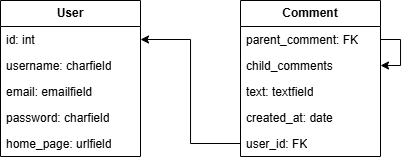
Earlier version of the draw.io export assets/massages.drawio.png (MarkRBro69/massage_test). Source tidied: cells renumbered, new cells last; positions are measured from the earlier drawing's top-left corner, leaving out a move shared by most shapes. Its diagram source:
```xml
<mxGraphModel>
  <root>
    <mxCell id="0" />
    <mxCell id="1" parent="0" />
    <mxCell id="2" value="&lt;span style=&quot;font-weight: 700;&quot;&gt;User&lt;/span&gt;" style="swimlane;fontStyle=0;horizontal=1;startSize=26;fillColor=none;whiteSpace=wrap;html=1;labelBackgroundColor=none;" parent="1" vertex="1">
      <mxGeometry width="140" height="156" as="geometry" />
    </mxCell>
    <mxCell id="3" value="id: int" style="text;strokeColor=none;fillColor=none;align=left;verticalAlign=top;spacingLeft=4;spacingRight=4;overflow=hidden;points=[[0,0.5],[1,0.5]];portConstraint=eastwest;whiteSpace=wrap;html=1;labelBackgroundColor=none;" parent="2" vertex="1">
      <mxGeometry y="26" width="140" height="26" as="geometry" />
    </mxCell>
    <mxCell id="4" value="username: charfield" style="text;strokeColor=none;fillColor=none;align=left;verticalAlign=top;spacingLeft=4;spacingRight=4;overflow=hidden;whiteSpace=wrap;html=1;labelBackgroundColor=none;" parent="2" vertex="1">
      <mxGeometry y="52" width="140" height="26" as="geometry" />
    </mxCell>
    <mxCell id="5" value="email: emailfield" style="text;strokeColor=none;fillColor=none;align=left;verticalAlign=top;spacingLeft=4;spacingRight=4;overflow=hidden;whiteSpace=wrap;html=1;labelBackgroundColor=none;" parent="2" vertex="1">
      <mxGeometry y="78" width="140" height="26" as="geometry" />
    </mxCell>
    <mxCell id="6" value="password: charfield" style="text;strokeColor=none;fillColor=none;align=left;verticalAlign=top;spacingLeft=4;spacingRight=4;overflow=hidden;whiteSpace=wrap;html=1;labelBackgroundColor=none;" parent="2" vertex="1">
      <mxGeometry y="104" width="140" height="26" as="geometry" />
    </mxCell>
    <mxCell id="7" value="home_page: urlfield" style="text;strokeColor=none;fillColor=none;align=left;verticalAlign=top;spacingLeft=4;spacingRight=4;overflow=hidden;whiteSpace=wrap;html=1;labelBackgroundColor=none;" parent="2" vertex="1">
      <mxGeometry y="130" width="140" height="26" as="geometry" />
    </mxCell>
    <mxCell id="8" value="&lt;b&gt;Comment&lt;/b&gt;" style="swimlane;fontStyle=0;horizontal=1;startSize=26;fillColor=none;whiteSpace=wrap;html=1;labelBackgroundColor=none;" parent="1" vertex="1">
      <mxGeometry x="240" width="140" height="156" as="geometry" />
    </mxCell>
    <mxCell id="9" style="edgeStyle=orthogonalEdgeStyle;rounded=0;jettySize=auto;html=1;exitX=1;exitY=0.5;exitDx=0;exitDy=0;entryX=1;entryY=0.5;entryDx=0;entryDy=0;" parent="8" edge="1" source="10" target="11">
      <mxGeometry relative="1" as="geometry">
        <Array as="points">
          <mxPoint x="160" y="39" />
          <mxPoint x="160" y="65" />
        </Array>
      </mxGeometry>
    </mxCell>
    <mxCell id="10" value="parent_comment: FK" style="text;strokeColor=none;fillColor=none;align=left;verticalAlign=top;spacingLeft=4;spacingRight=4;overflow=hidden;points=[[0,0.5],[1,0.5]];portConstraint=eastwest;whiteSpace=wrap;html=1;labelBackgroundColor=none;" parent="8" vertex="1">
      <mxGeometry y="26" width="140" height="26" as="geometry" />
    </mxCell>
    <mxCell id="11" value="child_comments" style="text;strokeColor=none;fillColor=none;align=left;verticalAlign=top;spacingLeft=4;spacingRight=4;overflow=hidden;points=[[0,0.5],[1,0.5]];portConstraint=eastwest;whiteSpace=wrap;html=1;labelBackgroundColor=none;" parent="8" vertex="1">
      <mxGeometry y="52" width="140" height="26" as="geometry" />
    </mxCell>
    <mxCell id="12" value="text: textfield" style="text;strokeColor=none;fillColor=none;align=left;verticalAlign=top;spacingLeft=4;spacingRight=4;overflow=hidden;whiteSpace=wrap;html=1;labelBackgroundColor=none;" parent="8" vertex="1">
      <mxGeometry y="78" width="140" height="26" as="geometry" />
    </mxCell>
    <mxCell id="13" value="created_at: date" style="text;strokeColor=none;fillColor=none;align=left;verticalAlign=top;spacingLeft=4;spacingRight=4;overflow=hidden;whiteSpace=wrap;html=1;labelBackgroundColor=none;" parent="8" vertex="1">
      <mxGeometry y="104" width="140" height="26" as="geometry" />
    </mxCell>
    <mxCell id="14" value="user_id: FK" style="text;strokeColor=none;fillColor=none;align=left;verticalAlign=top;spacingLeft=4;spacingRight=4;overflow=hidden;points=[[0,0.5],[1,0.5]];portConstraint=eastwest;whiteSpace=wrap;html=1;labelBackgroundColor=none;" parent="8" vertex="1">
      <mxGeometry y="130" width="140" height="26" as="geometry" />
    </mxCell>
    <mxCell id="15" style="edgeStyle=orthogonalEdgeStyle;rounded=0;jettySize=auto;html=1;exitX=0;exitY=0.5;exitDx=0;exitDy=0;entryX=1;entryY=0.5;entryDx=0;entryDy=0;" parent="1" edge="1" source="14" target="3">
      <mxGeometry relative="1" as="geometry" />
    </mxCell>
  </root>
</mxGraphModel>
```
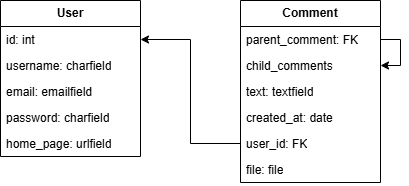
The same file after the commit.

The edit, as a diff of the source:
```diff
@@ -21,7 +21,7 @@
       <mxGeometry y="130" width="140" height="26" as="geometry" />
     </mxCell>
     <mxCell id="8" value="&lt;b&gt;Comment&lt;/b&gt;" style="swimlane;fontStyle=0;horizontal=1;startSize=26;fillColor=none;whiteSpace=wrap;html=1;labelBackgroundColor=none;" parent="1" vertex="1">
-      <mxGeometry x="240" width="140" height="156" as="geometry" />
+      <mxGeometry x="240" width="140" height="182" as="geometry" />
     </mxCell>
     <mxCell id="9" style="edgeStyle=orthogonalEdgeStyle;rounded=0;jettySize=auto;html=1;exitX=1;exitY=0.5;exitDx=0;exitDy=0;entryX=1;entryY=0.5;entryDx=0;entryDy=0;" parent="8" edge="1" source="10" target="11">
       <mxGeometry relative="1" as="geometry">
@@ -46,6 +46,9 @@
     <mxCell id="14" value="user_id: FK" style="text;strokeColor=none;fillColor=none;align=left;verticalAlign=top;spacingLeft=4;spacingRight=4;overflow=hidden;points=[[0,0.5],[1,0.5]];portConstraint=eastwest;whiteSpace=wrap;html=1;labelBackgroundColor=none;" parent="8" vertex="1">
       <mxGeometry y="130" width="140" height="26" as="geometry" />
     </mxCell>
+    <mxCell id="16" value="file: file" style="text;strokeColor=none;fillColor=none;align=left;verticalAlign=top;spacingLeft=4;spacingRight=4;overflow=hidden;whiteSpace=wrap;html=1;labelBackgroundColor=none;" parent="8" vertex="1">
+      <mxGeometry y="156" width="140" height="26" as="geometry" />
+    </mxCell>
     <mxCell id="15" style="edgeStyle=orthogonalEdgeStyle;rounded=0;jettySize=auto;html=1;exitX=0;exitY=0.5;exitDx=0;exitDy=0;entryX=1;entryY=0.5;entryDx=0;entryDy=0;" parent="1" edge="1" source="14" target="3">
       <mxGeometry relative="1" as="geometry" />
     </mxCell>
```
